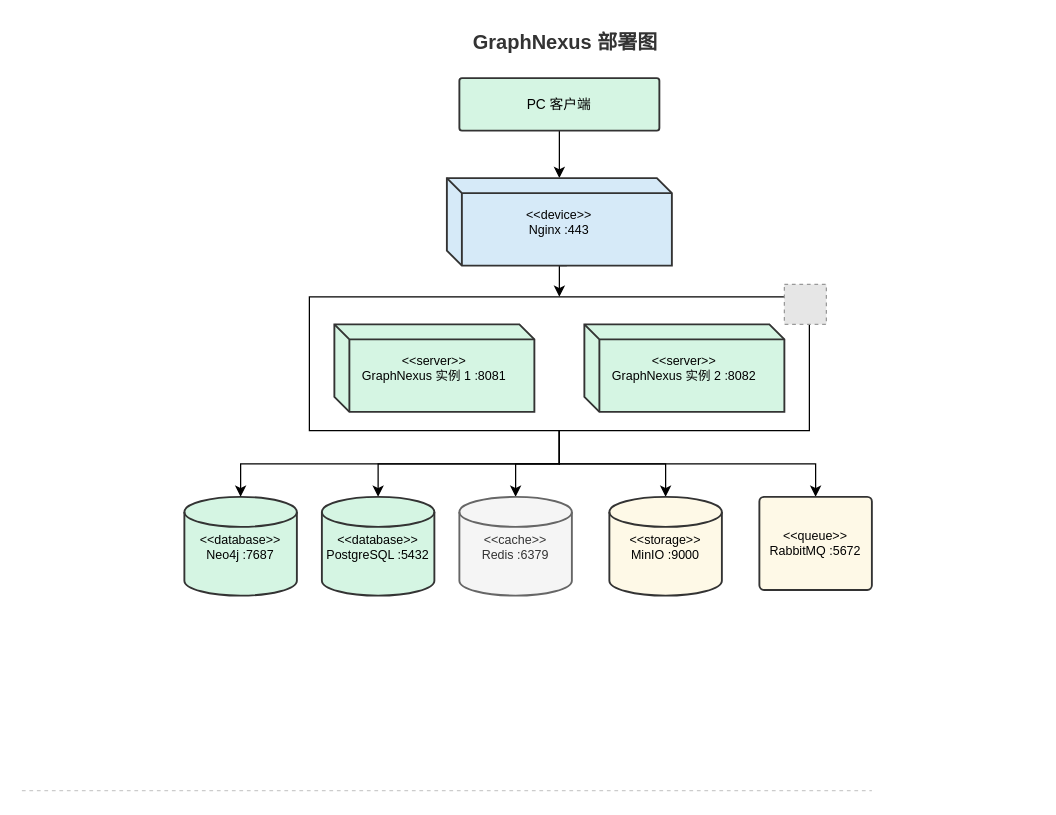
Earlier version of the draw.io diagram docs/design-view/physical-view/diagrams/deployment/deployment-diagram.drawio (Eliauk-L/GraphNexus). Source tidied: cells renumbered, new cells numbered last; positions are measured from the earlier drawing's top-left corner, leaving out a move shared by most shapes. Both pictures are drawn from the tidied source at 125%, with x=0, y=0 at pixel (21, 21). Pictures stored in the file or linked from it are replaced by grey dashed boxes.
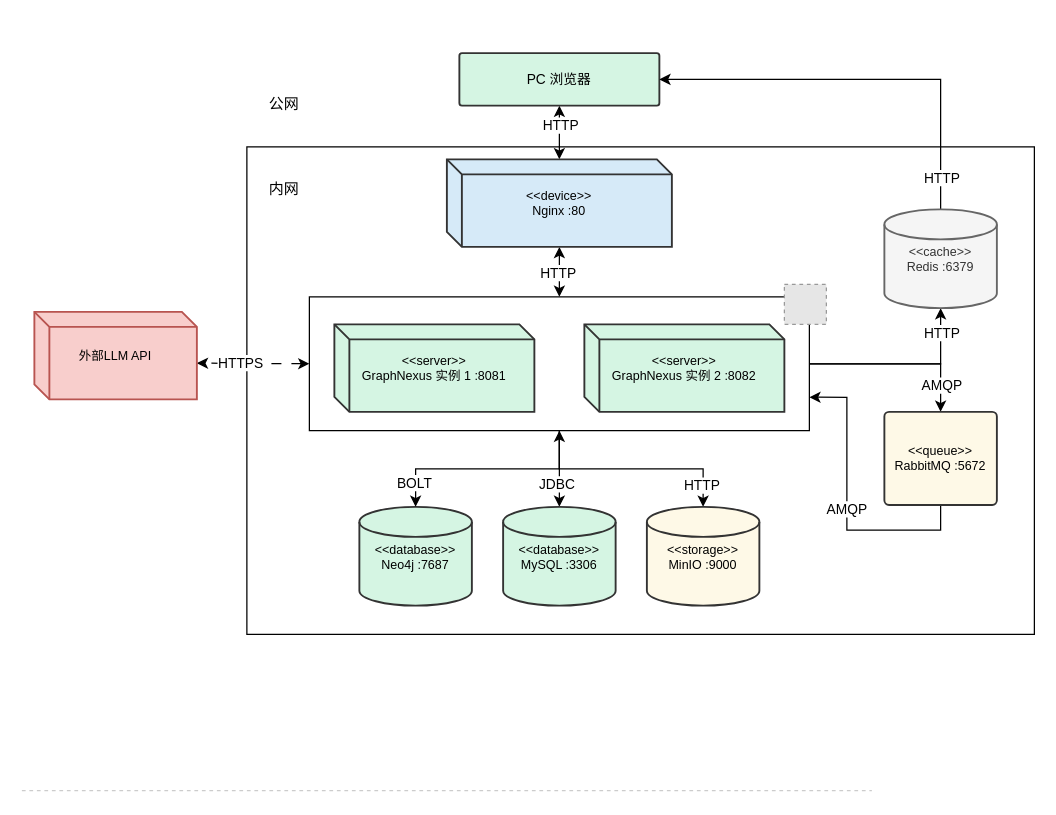
After the change.

Commit message (it also covers changes not shown here):
[doc] 修改物理部署视图，区分内外网连接

Unchanged cells that the change refers to:
```xml
<mxCell id="3" style="edgeStyle=orthogonalEdgeStyle;rounded=0;jettySize=auto;html=1;exitX=0.5;exitY=1;exitDx=0;exitDy=0;fontFamily=Helvetica;fontSize=10;fontColor=default;" parent="1" edge="1" source="6" target="15">
  <mxGeometry relative="1" as="geometry" />
</mxCell>
<mxCell id="4" style="edgeStyle=orthogonalEdgeStyle;rounded=0;jettySize=auto;html=1;exitX=0.5;exitY=1;exitDx=0;exitDy=0;fontFamily=Helvetica;fontSize=10;fontColor=default;" parent="1" edge="1" source="6" target="18">
  <mxGeometry relative="1" as="geometry" />
</mxCell>
<mxCell id="6" style="rounded=0;whiteSpace=wrap;html=1;" parent="1" vertex="1">
  <mxGeometry x="230" y="220" width="400" height="107" as="geometry" />
</mxCell>
```

What changed in the source:
```diff
@@
+    <mxCell id="22" style="rounded=0;whiteSpace=wrap;html=1;" parent="1" vertex="1">
+      <mxGeometry x="180" y="100" width="630" height="390" as="geometry" />
+    </mxCell>
-    <mxCell id="2" style="edgeStyle=orthogonalEdgeStyle;rounded=0;jettySize=auto;html=1;fontFamily=Helvetica;fontSize=10;fontColor=default;" parent="1" edge="1" source="6" target="16">
+    <mxCell id="2" style="edgeStyle=orthogonalEdgeStyle;rounded=0;jettySize=auto;html=1;fontFamily=Helvetica;fontSize=10;fontColor=default;entryX=0.5;entryY=1;entryDx=0;entryDy=0;entryPerimeter=0;" parent="1" edge="1" source="6" target="16">
       <mxGeometry relative="1" as="geometry" />
     </mxCell>
+    <mxCell id="23" value="HTTP" style="edgeLabel;html=1;align=center;verticalAlign=middle;" parent="2" vertex="1">
+      <mxGeometry x="0.74" relative="1" as="geometry" />
+    </mxCell>
@@
+    <mxCell id="24" value="JDBC" style="edgeLabel;html=1;align=center;verticalAlign=middle;" parent="3" vertex="1">
+      <mxGeometry x="0.39" y="-3" relative="1" as="geometry" />
+    </mxCell>
@@
+    <mxCell id="25" value="HTTP" style="edgeLabel;html=1;align=center;verticalAlign=middle;" parent="4" vertex="1">
+      <mxGeometry x="0.79" y="-2" relative="1" as="geometry" />
+    </mxCell>
-    <mxCell id="5" style="edgeStyle=orthogonalEdgeStyle;rounded=0;jettySize=auto;html=1;exitX=0.5;exitY=1;exitDx=0;exitDy=0;fontFamily=Helvetica;fontSize=10;fontColor=default;" parent="1" edge="1" source="6" target="17">
+    <mxCell id="5" style="edgeStyle=orthogonalEdgeStyle;rounded=0;jettySize=auto;html=1;exitX=1;exitY=0.5;exitDx=0;exitDy=0;fontFamily=Helvetica;fontSize=10;fontColor=default;entryX=0.5;entryY=0;entryDx=0;entryDy=0;" parent="1" edge="1" source="6" target="17">
       <mxGeometry relative="1" as="geometry" />
     </mxCell>
+    <mxCell id="26" value="AMQP" style="edgeLabel;html=1;align=center;verticalAlign=middle;" parent="5" vertex="1">
+      <mxGeometry x="0.7" relative="1" as="geometry" />
+    </mxCell>
+    <mxCell id="27" style="rounded=0;jettySize=auto;html=1;dashed=1;dashPattern=8 8;entryX=0;entryY=0;entryDx=130;entryDy=41;entryPerimeter=0;exitX=0;exitY=0.5;exitDx=0;exitDy=0;startArrow=classic;startFill=1;" parent="1" edge="1" source="6" target="38">
+      <mxGeometry relative="1" as="geometry" />
+    </mxCell>
+    <mxCell id="28" value="HTTPS" style="edgeLabel;html=1;align=center;verticalAlign=middle;" parent="27" vertex="1">
+      <mxGeometry x="0.24" y="-1" relative="1" as="geometry" />
+    </mxCell>
@@
-    <mxCell id="7" value="GraphNexus 部署图" style="text;fontSize=16;fontStyle=1;fontColor=#333333;align=center;" parent="1" vertex="1">
-      <mxGeometry x="260" width="350" height="28" as="geometry" />
-    </mxCell>
-    <mxCell id="8" style="edgeStyle=orthogonalEdgeStyle;rounded=0;jettySize=auto;html=1;fontFamily=Helvetica;fontSize=10;fontColor=default;" parent="1" edge="1" source="9" target="11">
+    <mxCell id="8" style="edgeStyle=orthogonalEdgeStyle;rounded=0;jettySize=auto;html=1;fontFamily=Helvetica;fontSize=10;fontColor=default;startArrow=classic;startFill=1;" parent="1" edge="1" source="9" target="11">
       <mxGeometry relative="1" as="geometry" />
     </mxCell>
+    <mxCell id="29" value="HTTP" style="edgeLabel;html=1;align=center;verticalAlign=middle;" parent="8" vertex="1">
+      <mxGeometry x="-0.3" relative="1" as="geometry" />
+    </mxCell>
-    <mxCell id="9" value="PC 客户端" style="rounded=1;whiteSpace=wrap;fillColor=#D5F5E3;strokeColor=#333333;strokeWidth=1.5;fontSize=11;arcSize=5;" parent="1" vertex="1">
-      <mxGeometry x="350" y="45" width="160" height="42" as="geometry" />
+    <mxCell id="9" value="PC 浏览器" style="rounded=1;whiteSpace=wrap;fillColor=#D5F5E3;strokeColor=#333333;strokeWidth=1.5;fontSize=11;arcSize=5;" parent="1" vertex="1">
+      <mxGeometry x="350" y="25" width="160" height="42" as="geometry" />
     </mxCell>
-    <mxCell id="10" style="edgeStyle=orthogonalEdgeStyle;rounded=0;jettySize=auto;html=1;exitX=0;exitY=0;exitDx=96;exitDy=70;exitPerimeter=0;entryX=0.5;entryY=0;entryDx=0;entryDy=0;fontFamily=Helvetica;fontSize=10;fontColor=default;" parent="1" edge="1" source="11" target="6">
+    <mxCell id="10" style="edgeStyle=orthogonalEdgeStyle;rounded=0;jettySize=auto;html=1;entryX=0.5;entryY=0;entryDx=0;entryDy=0;startArrow=classic;startFill=1;" parent="1" edge="1" source="11" target="6">
       <mxGeometry relative="1" as="geometry" />
     </mxCell>
+    <mxCell id="30" value="HTTP" style="edgeLabel;html=1;align=center;verticalAlign=middle;" parent="10" vertex="1">
+      <mxGeometry y="-2" relative="1" as="geometry" />
+    </mxCell>
-    <mxCell id="11" value="&lt;&lt;device&gt;&gt;&#10;Nginx :443" style="shape=cube;whiteSpace=wrap;fillColor=#D6EAF8;strokeColor=#333333;strokeWidth=1.5;fontSize=10;size=12;align=center;" parent="1" vertex="1">
-      <mxGeometry x="340" y="125" width="180" height="70" as="geometry" />
+    <mxCell id="11" value="&lt;&lt;device&gt;&gt;&#10;Nginx :80" style="shape=cube;whiteSpace=wrap;fillColor=#D6EAF8;strokeColor=#333333;strokeWidth=1.5;fontSize=10;size=12;align=center;" parent="1" vertex="1">
+      <mxGeometry x="340" y="110" width="180" height="70" as="geometry" />
     </mxCell>
@@
     <mxCell id="14" value="&lt;&lt;database&gt;&gt;&#10;Neo4j :7687" style="shape=cylinder3;whiteSpace=wrap;fillColor=#D5F5E3;strokeColor=#333333;strokeWidth=1.5;fontSize=10;size=12;align=center;" parent="1" vertex="1">
-      <mxGeometry x="130" y="380" width="90" height="79" as="geometry" />
+      <mxGeometry x="270" y="388" width="90" height="79" as="geometry" />
     </mxCell>
-    <mxCell id="15" value="&lt;&lt;database&gt;&gt;&#10;PostgreSQL :5432" style="shape=cylinder3;whiteSpace=wrap;fillColor=#D5F5E3;strokeColor=#333333;strokeWidth=1.5;fontSize=10;size=12;align=center;verticalAlign=middle;fontFamily=Helvetica;fontColor=default;" parent="1" vertex="1">
-      <mxGeometry x="240" y="380" width="90" height="79" as="geometry" />
+    <mxCell id="15" value="&lt;&lt;database&gt;&gt;&#10;MySQL :3306" style="shape=cylinder3;whiteSpace=wrap;fillColor=#D5F5E3;strokeColor=#333333;strokeWidth=1.5;fontSize=10;size=12;align=center;verticalAlign=middle;fontFamily=Helvetica;fontColor=default;" parent="1" vertex="1">
+      <mxGeometry x="385" y="388" width="90" height="79" as="geometry" />
     </mxCell>
+    <mxCell id="31" style="edgeStyle=orthogonalEdgeStyle;rounded=0;jettySize=auto;html=1;entryX=1;entryY=0.5;entryDx=0;entryDy=0;exitX=0.5;exitY=0;exitDx=0;exitDy=0;exitPerimeter=0;" parent="1" edge="1" source="16" target="9">
+      <mxGeometry relative="1" as="geometry" />
+    </mxCell>
+    <mxCell id="32" value="HTTP" style="edgeLabel;html=1;align=center;verticalAlign=middle;" parent="31" vertex="1">
+      <mxGeometry x="-0.84" relative="1" as="geometry" />
+    </mxCell>
     <mxCell id="16" value="&lt;&lt;cache&gt;&gt;&#10;Redis :6379" style="shape=cylinder3;whiteSpace=wrap;fillColor=#f5f5f5;strokeColor=#666666;strokeWidth=1.5;fontSize=10;size=12;align=center;fontColor=#333333;" parent="1" vertex="1">
-      <mxGeometry x="350" y="380" width="90" height="79" as="geometry" />
+      <mxGeometry x="690" y="150" width="90" height="79" as="geometry" />
     </mxCell>
+    <mxCell id="33" style="edgeStyle=orthogonalEdgeStyle;rounded=0;jettySize=auto;html=1;entryX=1;entryY=0.75;entryDx=0;entryDy=0;exitX=0.5;exitY=1;exitDx=0;exitDy=0;" parent="1" edge="1" source="17" target="6">
+      <mxGeometry relative="1" as="geometry" />
+    </mxCell>
+    <mxCell id="34" value="AMQP" style="edgeLabel;html=1;align=center;verticalAlign=middle;" parent="33" vertex="1">
+      <mxGeometry x="-0.03" y="1" relative="1" as="geometry" />
+    </mxCell>
     <mxCell id="17" value="&lt;&lt;queue&gt;&gt;&#10;RabbitMQ :5672" style="rounded=1;whiteSpace=wrap;fillColor=#FEF9E7;strokeColor=#333333;strokeWidth=1.5;fontSize=10;arcSize=5;align=center;" parent="1" vertex="1">
-      <mxGeometry x="590" y="380" width="90" height="74.5" as="geometry" />
+      <mxGeometry x="690" y="312" width="90" height="74.5" as="geometry" />
     </mxCell>
     <mxCell id="18" value="&lt;&lt;storage&gt;&gt;&#10;MinIO :9000" style="shape=cylinder3;whiteSpace=wrap;fillColor=#FEF9E7;strokeColor=#333333;strokeWidth=1.5;fontSize=10;size=12;align=center;" parent="1" vertex="1">
-      <mxGeometry x="470" y="380" width="90" height="79" as="geometry" />
+      <mxGeometry x="500" y="388" width="90" height="79" as="geometry" />
     </mxCell>
@@
-    <mxCell id="20" style="edgeStyle=orthogonalEdgeStyle;rounded=0;jettySize=auto;html=1;exitX=0.5;exitY=1;exitDx=0;exitDy=0;entryX=0.5;entryY=0;entryDx=0;entryDy=0;entryPerimeter=0;fontFamily=Helvetica;fontSize=10;fontColor=default;" parent="1" edge="1" source="6" target="14">
+    <mxCell id="20" style="edgeStyle=orthogonalEdgeStyle;rounded=0;jettySize=auto;html=1;exitX=0.5;exitY=1;exitDx=0;exitDy=0;entryX=0.5;entryY=0;entryDx=0;entryDy=0;entryPerimeter=0;fontFamily=Helvetica;fontSize=10;fontColor=default;startArrow=classic;startFill=1;" parent="1" edge="1" source="6" target="14">
       <mxGeometry relative="1" as="geometry" />
     </mxCell>
+    <mxCell id="35" value="BOLT" style="edgeLabel;html=1;align=center;verticalAlign=middle;" parent="20" vertex="1">
+      <mxGeometry x="0.77" y="-2" relative="1" as="geometry" />
+    </mxCell>
@@
+    <mxCell id="36" value="公网" style="text;html=1;whiteSpace=wrap;strokeColor=none;fillColor=none;align=center;verticalAlign=middle;rounded=0;" parent="1" vertex="1">
+      <mxGeometry x="180" y="51" width="60" height="30" as="geometry" />
+    </mxCell>
+    <mxCell id="37" value="内网" style="text;html=1;whiteSpace=wrap;strokeColor=none;fillColor=none;align=center;verticalAlign=middle;rounded=0;" parent="1" vertex="1">
+      <mxGeometry x="180" y="119" width="60" height="30" as="geometry" />
+    </mxCell>
+    <mxCell id="38" value="外部LLM API" style="shape=cube;whiteSpace=wrap;fillColor=#f8cecc;strokeColor=#b85450;strokeWidth=1.5;fontSize=10;size=12;align=center;" parent="1" vertex="1">
+      <mxGeometry x="10" y="232" width="130" height="70" as="geometry" />
+    </mxCell>
```
